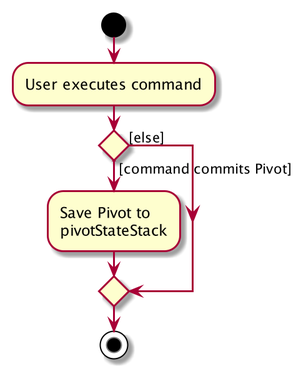
Before: docs/images/CommitActivityDiagram.png, a diagram exported from PlantUML (nus-cs2103-AY2021S1/tp).
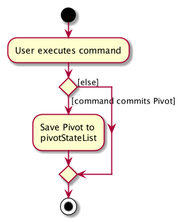
The same file after the commit.

Change to the diagram source:
```diff
@@ -5,7 +5,7 @@
 
 if () then ([command commits Pivot])
     :Save Pivot to
-    pivotStateStack;
+    pivotStateList;
 else ([else])
 endif
 stop
```
